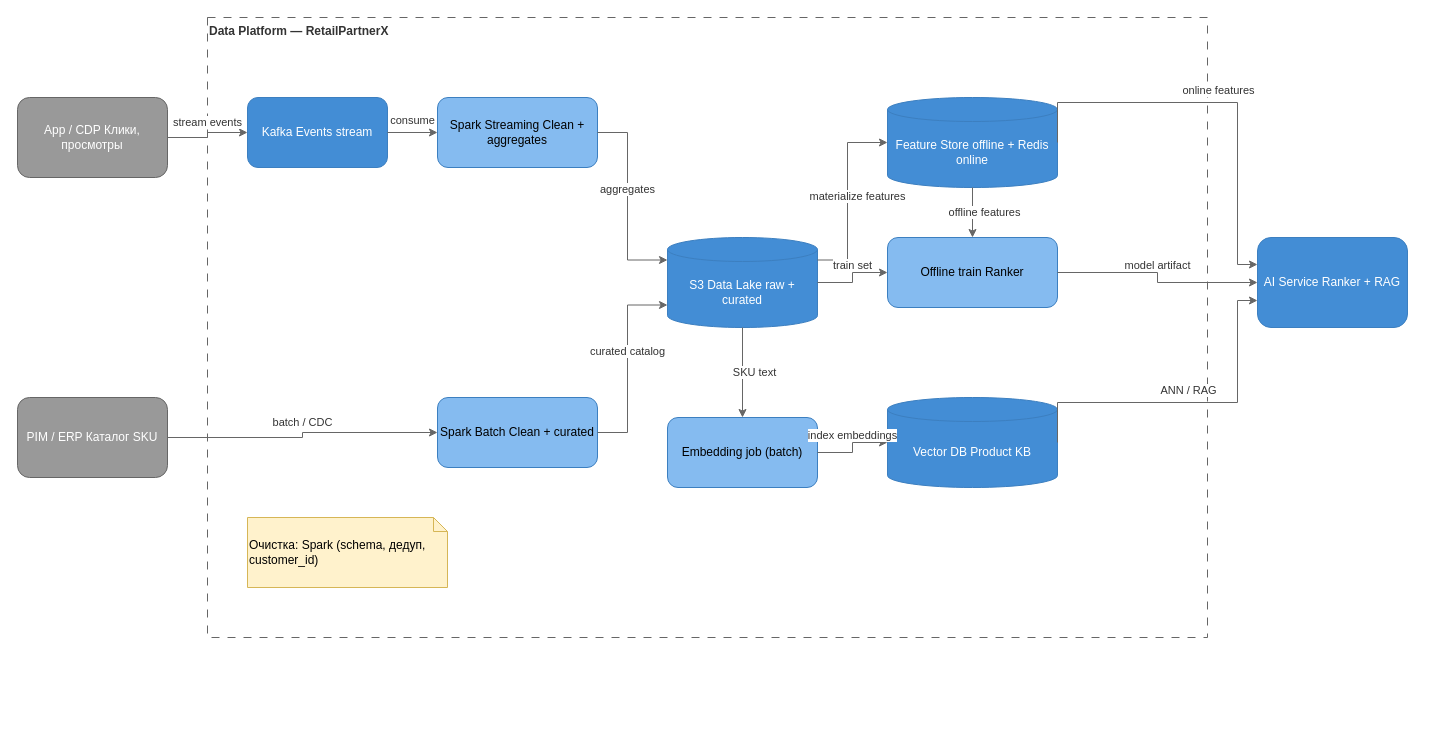
Before: hw-5/diagrams/data-pipeline.drawio in YuesIt17/yuit-docs-ai-architect, a draw.io diagram. Source tidied: cells renumbered, new cells numbered last; positions are measured from the earlier drawing's top-left corner, leaving out a move shared by most shapes. Both pictures are drawn from the tidied source at 100%, with x=0, y=0 at pixel (17, 17).
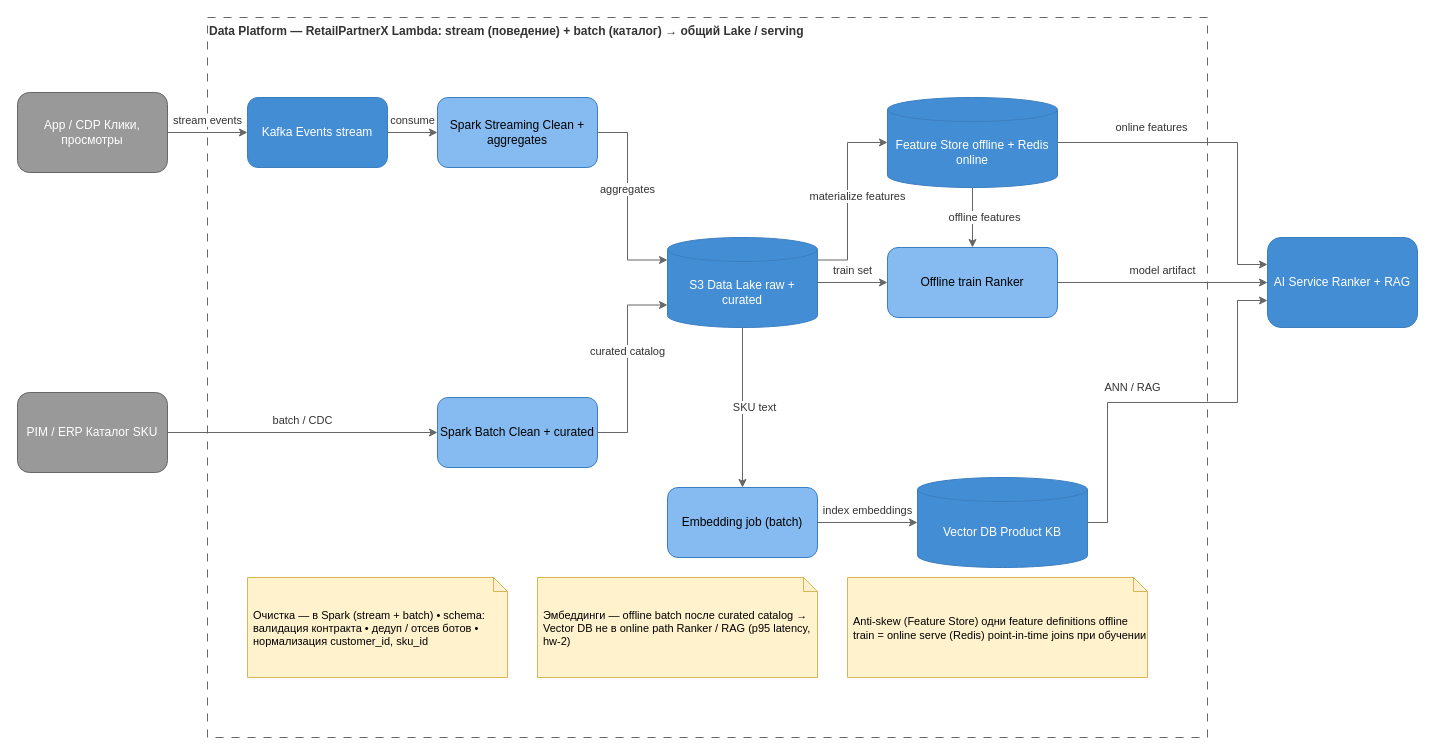
After the change.

The change refers to these unchanged cells:
```xml
<mxCell id="5" value="Kafka&amp;#10;Events stream" style="rounded=1;whiteSpace=wrap;html=1;fillColor=#438DD5;strokeColor=#3C7FC0;fontColor=#ffffff;align=center;" parent="4" vertex="1">
  <mxGeometry x="40" y="80" width="140" height="70" as="geometry" />
</mxCell>
<mxCell id="7" value="Spark Batch&amp;#10;Clean + curated" style="rounded=1;whiteSpace=wrap;html=1;fillColor=#85BBF0;strokeColor=#3C7FC0;fontColor=#000000;align=center;" parent="4" vertex="1">
  <mxGeometry x="230" y="380" width="160" height="70" as="geometry" />
</mxCell>
<mxCell id="10" value="Feature Store&amp;#10;offline + Redis online" style="shape=cylinder3;whiteSpace=wrap;html=1;boundedLbl=1;backgroundOutline=1;size=12;fillColor=#438DD5;strokeColor=#3C7FC0;fontColor=#ffffff;" parent="4" vertex="1">
  <mxGeometry x="680" y="80" width="170" height="90" as="geometry" />
</mxCell>
```

Diff of the diagram source:
```diff
@@
     <mxCell id="2" value="App / CDP&amp;#10;Клики, просмотры" style="rounded=1;whiteSpace=wrap;html=1;fillColor=#999999;strokeColor=#666666;fontColor=#ffffff;align=center;" parent="1" vertex="1">
-      <mxGeometry y="80" width="150" height="80" as="geometry" />
+      <mxGeometry y="75" width="150" height="80" as="geometry" />
     </mxCell>
     <mxCell id="3" value="PIM / ERP&amp;#10;Каталог SKU" style="rounded=1;whiteSpace=wrap;html=1;fillColor=#999999;strokeColor=#666666;fontColor=#ffffff;align=center;" parent="1" vertex="1">
-      <mxGeometry y="380" width="150" height="80" as="geometry" />
+      <mxGeometry y="375" width="150" height="80" as="geometry" />
     </mxCell>
-    <mxCell id="4" value="Data Platform — RetailPartnerX" style="rounded=0;whiteSpace=wrap;html=1;dashed=1;dashPattern=8 8;fillColor=none;strokeColor=#666666;align=left;verticalAlign=top;fontStyle=1;fontColor=#333333;" parent="1" vertex="1">
-      <mxGeometry x="190" width="1000" height="620" as="geometry" />
+    <mxCell id="4" value="Data Platform — RetailPartnerX&amp;#10;Lambda: stream (поведение) + batch (каталог) → общий Lake / serving" style="rounded=0;whiteSpace=wrap;html=1;dashed=1;dashPattern=8 8;fillColor=none;strokeColor=#666666;align=left;verticalAlign=top;fontStyle=1;fontColor=#333333;" parent="1" vertex="1">
+      <mxGeometry x="190" width="1000" height="720" as="geometry" />
     </mxCell>
@@
     <mxCell id="9" value="Embedding job&amp;#10;(batch)" style="rounded=1;whiteSpace=wrap;html=1;fillColor=#85BBF0;strokeColor=#3C7FC0;fontColor=#000000;align=center;" parent="4" vertex="1">
-      <mxGeometry x="460" y="400" width="150" height="70" as="geometry" />
+      <mxGeometry x="460" y="470" width="150" height="70" as="geometry" />
     </mxCell>
@@
     <mxCell id="11" value="Vector DB&amp;#10;Product KB" style="shape=cylinder3;whiteSpace=wrap;html=1;boundedLbl=1;backgroundOutline=1;size=12;fillColor=#438DD5;strokeColor=#3C7FC0;fontColor=#ffffff;" parent="4" vertex="1">
-      <mxGeometry x="680" y="380" width="170" height="90" as="geometry" />
+      <mxGeometry x="710" y="460" width="170" height="90" as="geometry" />
     </mxCell>
     <mxCell id="12" value="Offline train&amp;#10;Ranker" style="rounded=1;whiteSpace=wrap;html=1;fillColor=#85BBF0;strokeColor=#3C7FC0;fontColor=#000000;align=center;" parent="4" vertex="1">
-      <mxGeometry x="680" y="220" width="170" height="70" as="geometry" />
+      <mxGeometry x="680" y="230" width="170" height="70" as="geometry" />
     </mxCell>
-    <mxCell id="13" value="Очистка: Spark&amp;#10;(schema, дедуп, customer_id)" style="shape=note;whiteSpace=wrap;html=1;backgroundOutline=1;fillColor=#fff2cc;strokeColor=#d6b656;size=14;align=left;" parent="4" vertex="1">
-      <mxGeometry x="40" y="500" width="200" height="70" as="geometry" />
+    <mxCell id="13" value="Очистка — в Spark (stream + batch)&amp;#10;• schema: валидация контракта&amp;#10;• дедуп / отсев ботов&amp;#10;• нормализация customer_id, sku_id" style="shape=note;whiteSpace=wrap;html=1;backgroundOutline=1;fillColor=#fff2cc;strokeColor=#d6b656;size=14;align=left;fontSize=11;spacingLeft=4;spacingTop=2;" parent="4" vertex="1">
+      <mxGeometry x="40" y="560" width="260" height="100" as="geometry" />
     </mxCell>
-    <mxCell id="14" value="AI Service&amp;#10;Ranker + RAG" style="rounded=1;whiteSpace=wrap;html=1;fillColor=#438DD5;strokeColor=#3C7FC0;fontColor=#ffffff;align=center;" parent="1" vertex="1">
-      <mxGeometry x="1240" y="220" width="150" height="90" as="geometry" />
-    </mxCell>
-    <mxCell id="15" value="stream events" style="edgeStyle=orthogonalEdgeStyle;rounded=0;jettySize=auto;html=1;strokeColor=#666666;fontColor=#333333;labelBackgroundColor=#ffffff;exitX=1;exitY=0.5;exitDx=0;exitDy=0;entryX=0;entryY=0.5;entryDx=0;entryDy=0;" parent="1" edge="1" source="2" target="5">
-      <mxGeometry relative="1" as="geometry">
-        <mxPoint y="-12" as="offset" />
-      </mxGeometry>
-    </mxCell>
-    <mxCell id="16" value="batch / CDC" style="edgeStyle=orthogonalEdgeStyle;rounded=0;jettySize=auto;html=1;strokeColor=#666666;fontColor=#333333;labelBackgroundColor=#ffffff;exitX=1;exitY=0.5;exitDx=0;exitDy=0;entryX=0;entryY=0.5;entryDx=0;entryDy=0;" parent="1" edge="1" source="3" target="7">
-      <mxGeometry relative="1" as="geometry">
-        <mxPoint y="-12" as="offset" />
-      </mxGeometry>
-    </mxCell>
+    <mxCell id="28" value="Эмбеддинги — offline batch&amp;#10;после curated catalog → Vector DB&amp;#10;не в online path Ranker / RAG&amp;#10;(p95 latency, hw-2)" style="shape=note;whiteSpace=wrap;html=1;backgroundOutline=1;fillColor=#fff2cc;strokeColor=#d6b656;size=14;align=left;fontSize=11;spacingLeft=4;spacingTop=2;" parent="4" vertex="1">
+      <mxGeometry x="330" y="560" width="280" height="100" as="geometry" />
+    </mxCell>
+    <mxCell id="29" value="Anti-skew (Feature Store)&amp;#10;одни feature definitions&amp;#10;offline train = online serve (Redis)&amp;#10;point-in-time joins при обучении" style="shape=note;whiteSpace=wrap;html=1;backgroundOutline=1;fillColor=#fff2cc;strokeColor=#d6b656;size=14;align=left;fontSize=11;spacingLeft=4;spacingTop=2;" parent="4" vertex="1">
+      <mxGeometry x="640" y="560" width="300" height="100" as="geometry" />
+    </mxCell>
@@
+    <mxCell id="14" value="AI Service&amp;#10;Ranker + RAG" style="rounded=1;whiteSpace=wrap;html=1;fillColor=#438DD5;strokeColor=#3C7FC0;fontColor=#ffffff;align=center;" parent="1" vertex="1">
+      <mxGeometry x="1250" y="220" width="150" height="90" as="geometry" />
+    </mxCell>
+    <mxCell id="15" value="stream events" style="edgeStyle=orthogonalEdgeStyle;rounded=0;jettySize=auto;html=1;strokeColor=#666666;fontColor=#333333;labelBackgroundColor=#ffffff;exitX=1;exitY=0.5;exitDx=0;exitDy=0;entryX=0;entryY=0.5;entryDx=0;entryDy=0;" parent="1" edge="1" source="2" target="5">
+      <mxGeometry relative="1" as="geometry">
+        <mxPoint y="-12" as="offset" />
+      </mxGeometry>
+    </mxCell>
+    <mxCell id="16" value="batch / CDC" style="edgeStyle=orthogonalEdgeStyle;rounded=0;jettySize=auto;html=1;strokeColor=#666666;fontColor=#333333;labelBackgroundColor=#ffffff;exitX=1;exitY=0.5;exitDx=0;exitDy=0;entryX=0;entryY=0.5;entryDx=0;entryDy=0;" parent="1" edge="1" source="3" target="7">
+      <mxGeometry relative="1" as="geometry">
+        <mxPoint y="-12" as="offset" />
+      </mxGeometry>
+    </mxCell>
     <mxCell id="25" value="online features" style="edgeStyle=orthogonalEdgeStyle;rounded=0;jettySize=auto;html=1;strokeColor=#666666;fontColor=#333333;labelBackgroundColor=#ffffff;exitX=1;exitY=0.5;exitDx=0;exitDy=0;entryX=0;entryY=0.3;entryDx=0;entryDy=0;" parent="1" edge="1" source="10" target="14">
-      <mxGeometry relative="1" as="geometry">
+      <mxGeometry x="-0.44" y="15" relative="1" as="geometry">
         <Array as="points">
-          <mxPoint x="1220" y="85" />
+          <mxPoint x="1220" y="125" />
           <mxPoint x="1220" y="247" />
         </Array>
-        <mxPoint y="-12" as="offset" />
+        <mxPoint x="1" as="offset" />
       </mxGeometry>
     </mxCell>
     <mxCell id="26" value="ANN / RAG" style="edgeStyle=orthogonalEdgeStyle;rounded=0;jettySize=auto;html=1;strokeColor=#666666;fontColor=#333333;labelBackgroundColor=#ffffff;exitX=1;exitY=0.5;exitDx=0;exitDy=0;entryX=0;entryY=0.7;entryDx=0;entryDy=0;" parent="1" edge="1" source="11" target="14">
-      <mxGeometry relative="1" as="geometry">
+      <mxGeometry x="-0.18" y="15" relative="1" as="geometry">
         <Array as="points">
+          <mxPoint x="1090" y="505" />
+          <mxPoint x="1090" y="385" />
           <mxPoint x="1220" y="385" />
           <mxPoint x="1220" y="283" />
         </Array>
-        <mxPoint y="-12" as="offset" />
       </mxGeometry>
     </mxCell>
```
